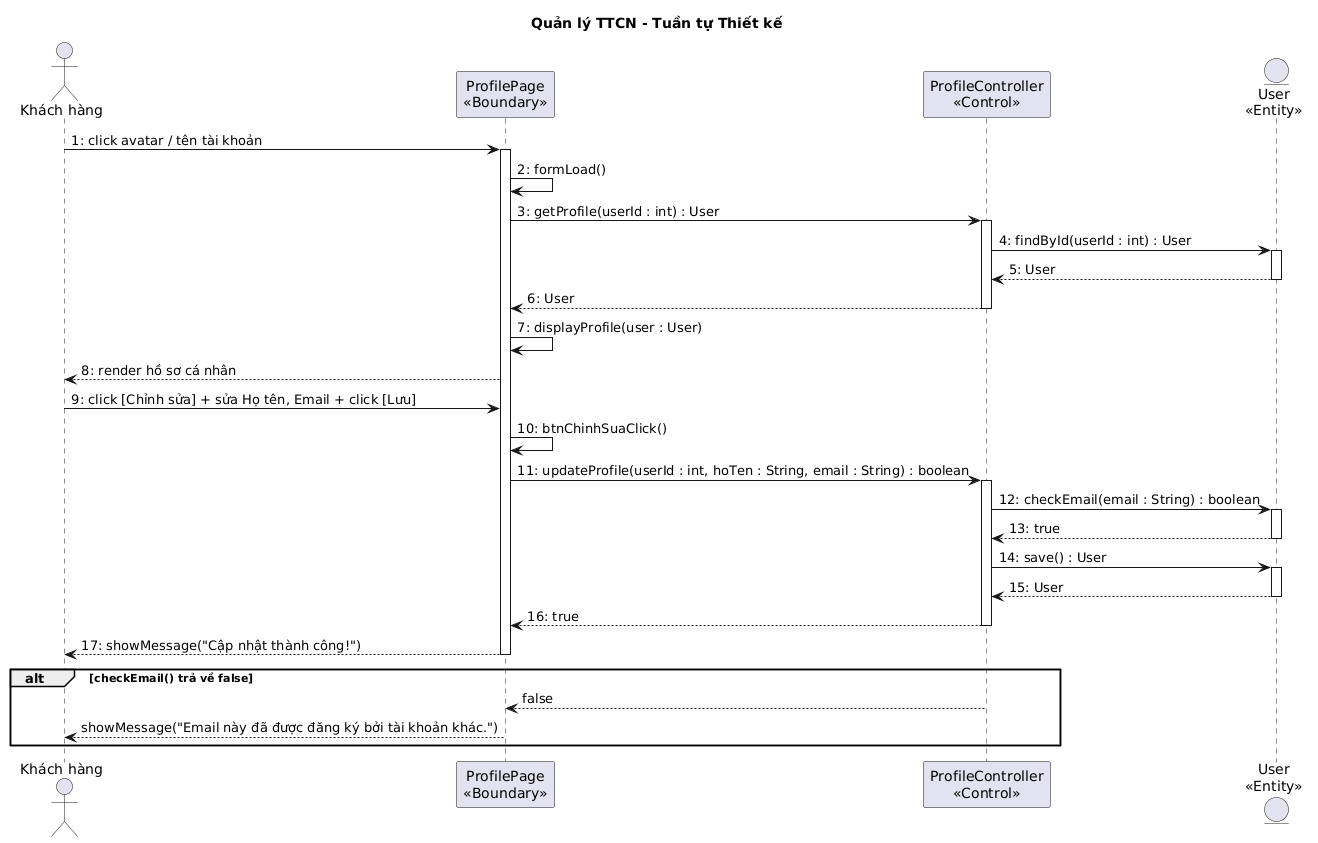
The PlantUML diagram output/diagrams/account_seq_profile_design.png in thanhtrnnn/cnpm, before a commit.
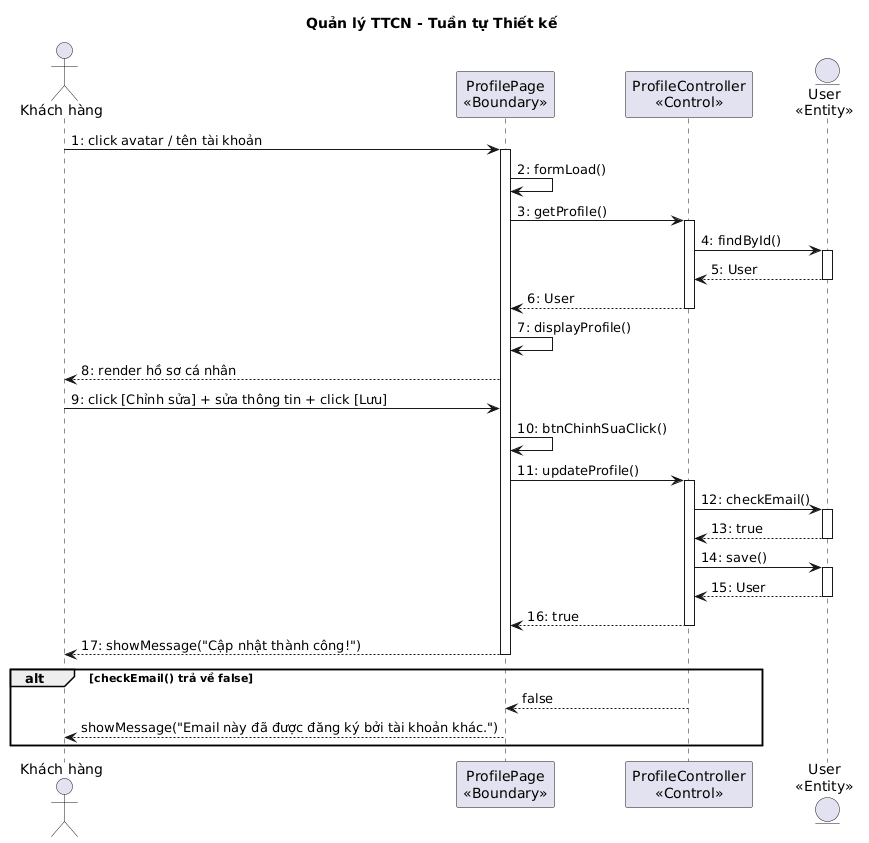
Above is the later version.

Change to the diagram source:
```diff
@@ -9,25 +9,25 @@
 KH -> B1 : 1: click avatar / tên tài khoản
 activate B1
 B1 -> B1 : 2: formLoad()
-B1 -> C1 : 3: getProfile(userId : int) : User
+B1 -> C1 : 3: getProfile()
 activate C1
-C1 -> E1 : 4: findById(userId : int) : User
+C1 -> E1 : 4: findById()
 activate E1
 E1 --> C1 : 5: User
 deactivate E1
 C1 --> B1 : 6: User
 deactivate C1
-B1 -> B1 : 7: displayProfile(user : User)
+B1 -> B1 : 7: displayProfile()
 B1 --> KH : 8: render hồ sơ cá nhân
-KH -> B1 : 9: click [Chỉnh sửa] + sửa Họ tên, Email + click [Lưu]
+KH -> B1 : 9: click [Chỉnh sửa] + sửa thông tin + click [Lưu]
 B1 -> B1 : 10: btnChinhSuaClick()
-B1 -> C1 : 11: updateProfile(userId : int, hoTen : String, email : String) : boolean
+B1 -> C1 : 11: updateProfile()
 activate C1
-C1 -> E1 : 12: checkEmail(email : String) : boolean
+C1 -> E1 : 12: checkEmail()
 activate E1
 E1 --> C1 : 13: true
 deactivate E1
-C1 -> E1 : 14: save() : User
+C1 -> E1 : 14: save()
 activate E1
 E1 --> C1 : 15: User
 deactivate E1
```
